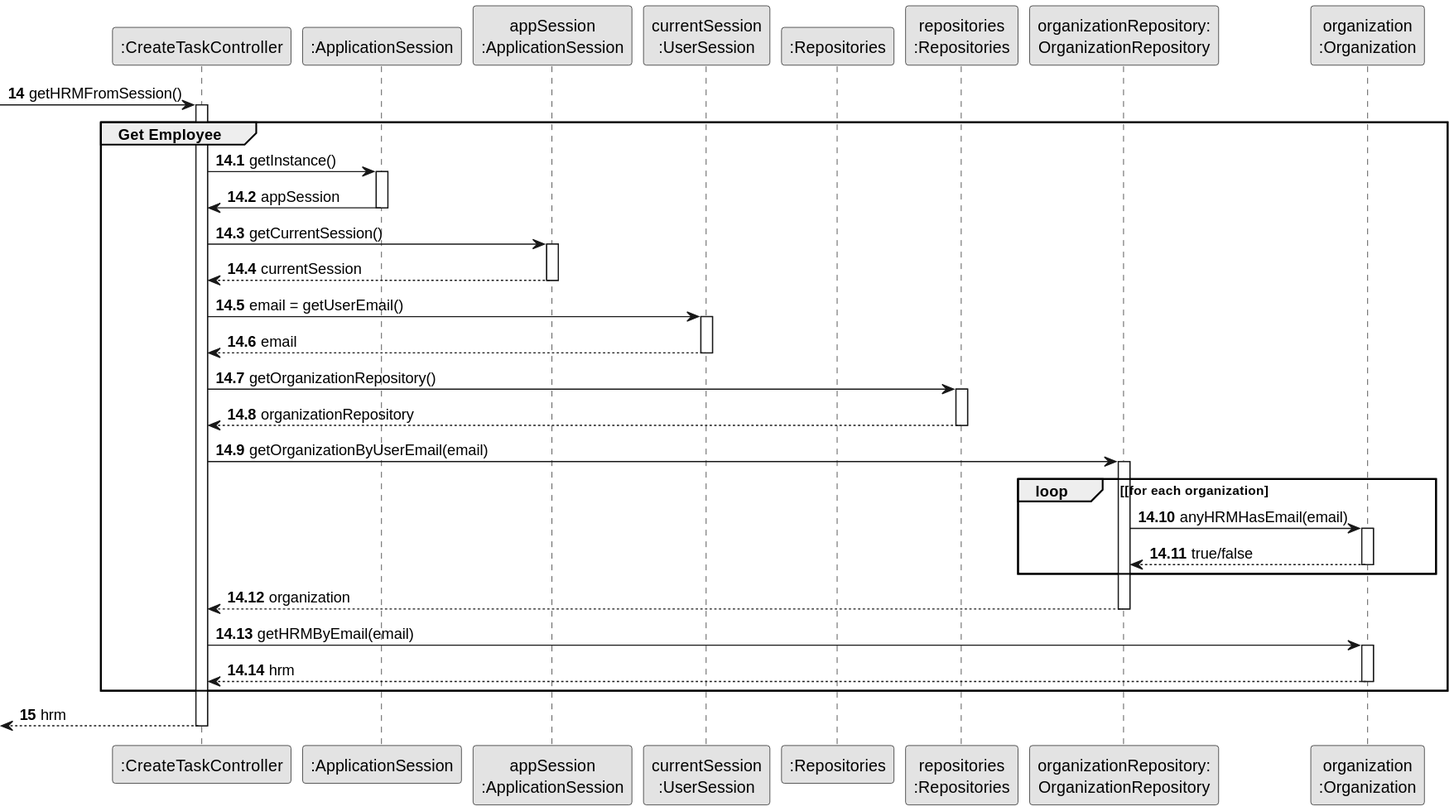
The PlantUML diagram docs/sprint2/us001/03.design/svg/us001-sequence-diagram-partial-get-hrm.svg in tiagosoa/lei-24-s2-1dgh-g073, before a commit.
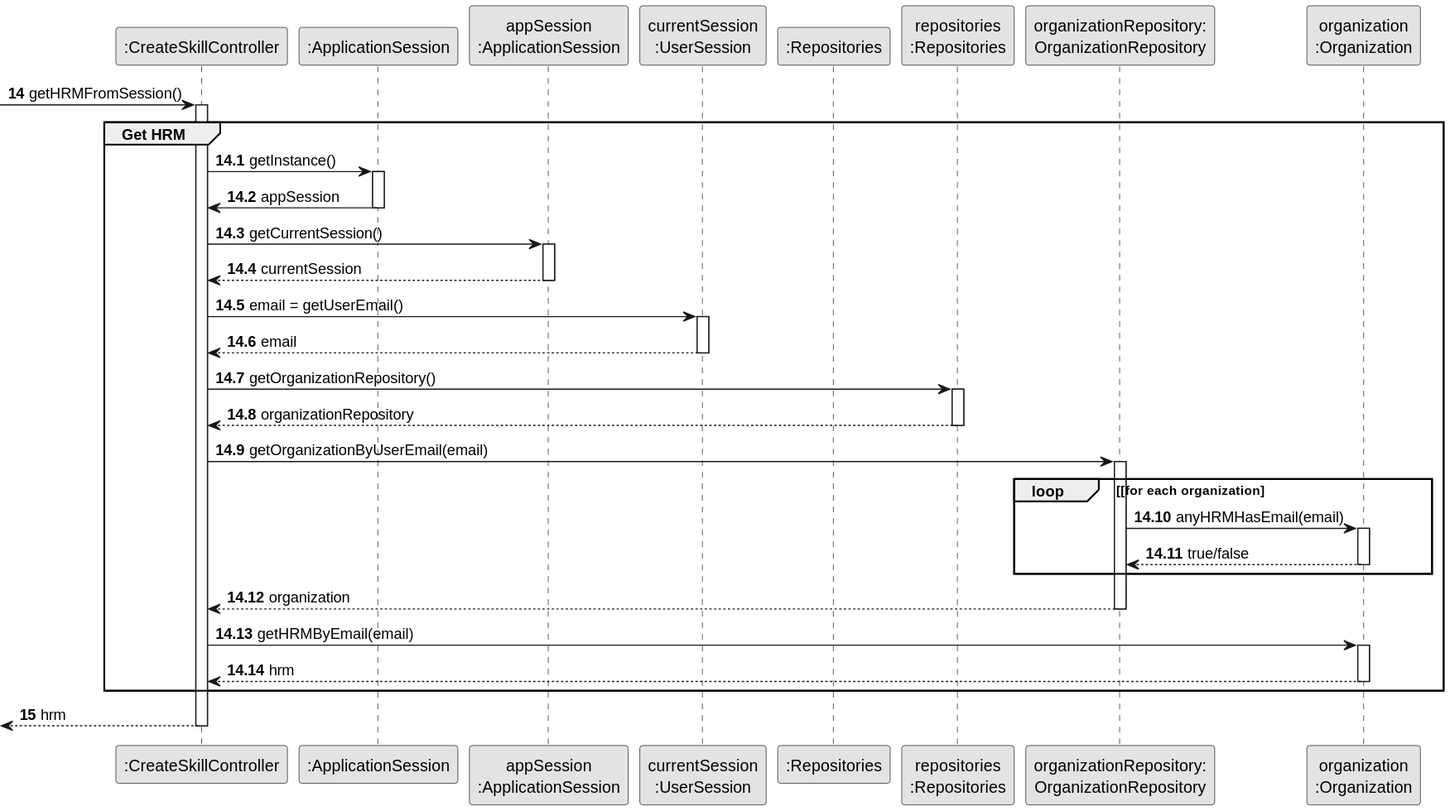
The same file after the commit.

The edit, as a diff of the source:
```diff
@@ -5,7 +5,7 @@
 
 
 
-participant ":CreateTaskController" as CTRL
+participant ":CreateSkillController" as CTRL
 participant ":ApplicationSession" as _APP
 participant "appSession\n:ApplicationSession" as APP
 participant "currentSession\n:UserSession" as SESSAO
@@ -19,7 +19,7 @@
 autonumber 14.1
 activate CTRL
 
-    group Get Employee
+    group Get HRM
         CTRL -> _APP: getInstance()
         activate _APP
             _APP -> CTRL: appSession
```
